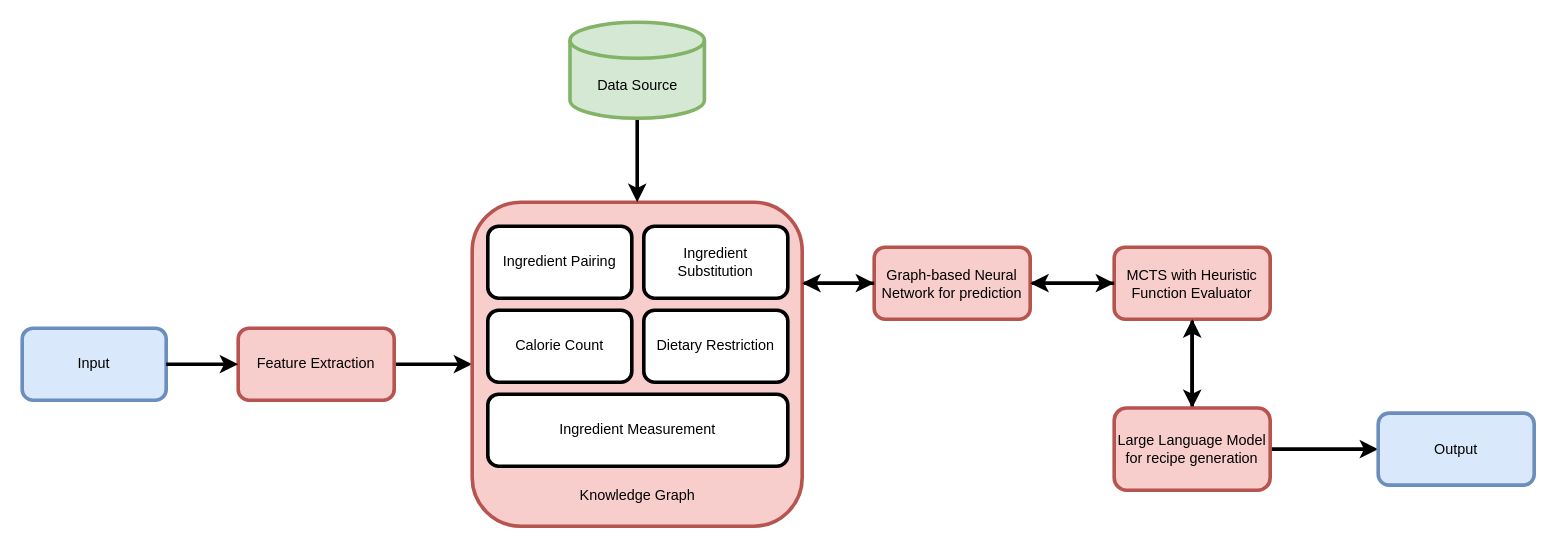
The draw.io diagram Model.drawio in MonaJea-Ng/Projects, before the edit. Source tidied: cells renumbered, new cells numbered last; positions are measured from the earlier drawing's top-left corner, leaving out a move shared by most shapes. Both pictures are drawn from the tidied source at 120%, with x=0, y=0 at pixel (22, 22).
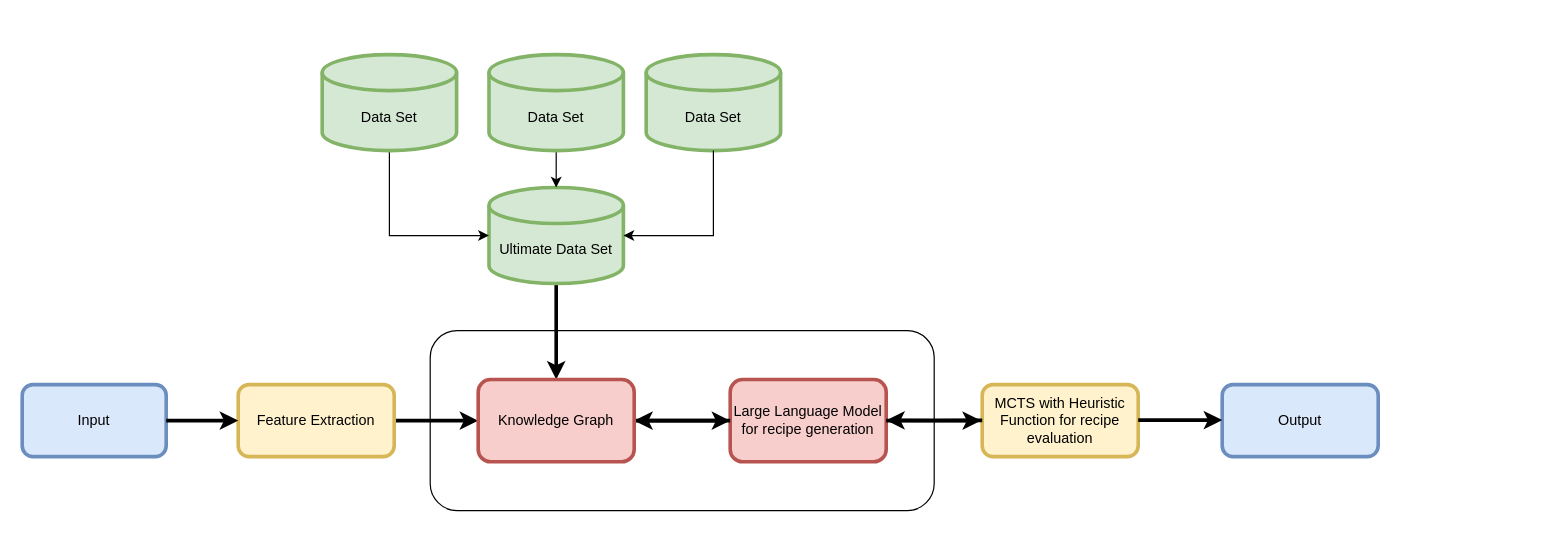
Above is the later version.

What changed in the source:
```diff
@@
+    <mxCell id="26" style="rounded=1;whiteSpace=wrap;html=1;" parent="1" vertex="1">
+      <mxGeometry x="340" y="257" width="420" height="150" as="geometry" />
+    </mxCell>
     <mxCell id="2" value="Input" style="rounded=1;whiteSpace=wrap;html=1;strokeWidth=3;fillColor=#dae8fc;strokeColor=#6c8ebf;" parent="1" vertex="1">
-      <mxGeometry y="255" width="120" height="60" as="geometry" />
+      <mxGeometry y="302" width="120" height="60" as="geometry" />
     </mxCell>
-    <mxCell id="3" style="edgeStyle=orthogonalEdgeStyle;rounded=0;jettySize=auto;html=1;exitX=1;exitY=0.5;exitDx=0;exitDy=0;entryX=0;entryY=0.5;entryDx=0;entryDy=0;strokeWidth=3;" parent="1" edge="1" source="4" target="7">
+    <mxCell id="3" style="edgeStyle=orthogonalEdgeStyle;rounded=0;jettySize=auto;html=1;exitX=1;exitY=0.5;exitDx=0;exitDy=0;entryX=0;entryY=0.5;entryDx=0;entryDy=0;strokeWidth=3;" parent="1" edge="1" source="4" target="13">
       <mxGeometry relative="1" as="geometry" />
     </mxCell>
-    <mxCell id="4" value="Feature Extraction" style="rounded=1;whiteSpace=wrap;html=1;strokeWidth=3;fillColor=#f8cecc;strokeColor=#b85450;" parent="1" vertex="1">
-      <mxGeometry x="180" y="255" width="130" height="60" as="geometry" />
+    <mxCell id="4" value="Feature Extraction" style="rounded=1;whiteSpace=wrap;html=1;strokeWidth=3;fillColor=#fff2cc;strokeColor=#d6b656;" parent="1" vertex="1">
+      <mxGeometry x="180" y="302" width="130" height="60" as="geometry" />
     </mxCell>
@@
-    <mxCell id="6" style="edgeStyle=orthogonalEdgeStyle;rounded=0;jettySize=auto;html=1;exitX=1;exitY=0.25;exitDx=0;exitDy=0;strokeWidth=3;" parent="1" edge="1" source="7" target="23">
+    <mxCell id="6" style="edgeStyle=orthogonalEdgeStyle;rounded=0;jettySize=auto;html=1;exitX=1;exitY=0.5;exitDx=0;exitDy=0;strokeWidth=3;entryX=0;entryY=0.5;entryDx=0;entryDy=0;" parent="1" edge="1" source="13" target="20">
       <mxGeometry relative="1" as="geometry" />
     </mxCell>
-    <mxCell id="7" style="rounded=1;whiteSpace=wrap;html=1;strokeWidth=3;fillColor=#f8cecc;strokeColor=#b85450;" parent="1" vertex="1">
-      <mxGeometry x="375" y="150" width="275" height="270" as="geometry" />
-    </mxCell>
-    <mxCell id="8" value="Ingredient Pairing" style="rounded=1;whiteSpace=wrap;html=1;strokeWidth=3;" parent="1" vertex="1">
-      <mxGeometry x="388" y="170" width="120" height="60" as="geometry" />
-    </mxCell>
-    <mxCell id="9" value="Ingredient Substitution" style="rounded=1;whiteSpace=wrap;html=1;strokeWidth=3;" parent="1" vertex="1">
-      <mxGeometry x="518" y="170" width="120" height="60" as="geometry" />
-    </mxCell>
-    <mxCell id="10" value="Dietary Restriction" style="rounded=1;whiteSpace=wrap;html=1;strokeWidth=3;" parent="1" vertex="1">
-      <mxGeometry x="518" y="240" width="120" height="60" as="geometry" />
-    </mxCell>
-    <mxCell id="11" value="Calorie Count" style="rounded=1;whiteSpace=wrap;html=1;strokeWidth=3;" parent="1" vertex="1">
-      <mxGeometry x="388" y="240" width="120" height="60" as="geometry" />
-    </mxCell>
-    <mxCell id="12" value="Ingredient Measurement" style="rounded=1;whiteSpace=wrap;html=1;strokeWidth=3;" parent="1" vertex="1">
-      <mxGeometry x="388" y="310" width="250" height="60" as="geometry" />
-    </mxCell>
-    <mxCell id="13" value="Knowledge Graph" style="text;html=1;align=center;verticalAlign=middle;whiteSpace=wrap;rounded=0;strokeWidth=3;" parent="1" vertex="1">
-      <mxGeometry x="432.5" y="380" width="160" height="30" as="geometry" />
-    </mxCell>
-    <mxCell id="14" style="edgeStyle=orthogonalEdgeStyle;rounded=0;jettySize=auto;html=1;exitX=0.5;exitY=1;exitDx=0;exitDy=0;exitPerimeter=0;entryX=0.5;entryY=0;entryDx=0;entryDy=0;strokeWidth=3;" parent="1" edge="1" source="15" target="7">
-      <mxGeometry relative="1" as="geometry" />
+    <mxCell id="14" style="edgeStyle=orthogonalEdgeStyle;rounded=0;jettySize=auto;html=1;exitX=0.5;exitY=1;exitDx=0;exitDy=0;exitPerimeter=0;entryX=0.5;entryY=0;entryDx=0;entryDy=0;strokeWidth=3;" parent="1" edge="1" source="15">
+      <mxGeometry relative="1" as="geometry">
+        <mxPoint x="445" y="297.8" as="targetPoint" />
+      </mxGeometry>
     </mxCell>
-    <mxCell id="15" value="Data Source" style="shape=cylinder3;whiteSpace=wrap;html=1;boundedLbl=1;backgroundOutline=1;size=15;strokeWidth=3;fillColor=#d5e8d4;strokeColor=#82b366;" parent="1" vertex="1">
-      <mxGeometry x="456.5" width="112" height="80" as="geometry" />
+    <mxCell id="15" value="Ultimate Data Set" style="shape=cylinder3;whiteSpace=wrap;html=1;boundedLbl=1;backgroundOutline=1;size=15;strokeWidth=3;fillColor=#d5e8d4;strokeColor=#82b366;" parent="1" vertex="1">
+      <mxGeometry x="389" y="137.8" width="112" height="80" as="geometry" />
     </mxCell>
-    <mxCell id="16" style="edgeStyle=orthogonalEdgeStyle;rounded=0;jettySize=auto;html=1;exitX=0.5;exitY=1;exitDx=0;exitDy=0;entryX=0.5;entryY=0;entryDx=0;entryDy=0;strokeWidth=3;" parent="1" edge="1" source="17" target="20">
-      <mxGeometry relative="1" as="geometry" />
-    </mxCell>
-    <mxCell id="17" value="MCTS with Heuristic Function Evaluator" style="rounded=1;whiteSpace=wrap;html=1;strokeWidth=3;fillColor=#f8cecc;strokeColor=#b85450;" parent="1" vertex="1">
-      <mxGeometry x="910" y="187.5" width="130" height="60" as="geometry" />
+    <mxCell id="17" value="MCTS with Heuristic Function for recipe evaluation" style="rounded=1;whiteSpace=wrap;html=1;strokeWidth=3;fillColor=#fff2cc;strokeColor=#d6b656;" parent="1" vertex="1">
+      <mxGeometry x="800" y="302" width="130" height="60" as="geometry" />
     </mxCell>
-    <mxCell id="18" style="edgeStyle=orthogonalEdgeStyle;rounded=0;jettySize=auto;html=1;exitX=0.5;exitY=0;exitDx=0;exitDy=0;entryX=0.5;entryY=1;entryDx=0;entryDy=0;strokeWidth=3;" parent="1" edge="1" source="20" target="17">
-      <mxGeometry relative="1" as="geometry" />
-    </mxCell>
-    <mxCell id="19" style="edgeStyle=orthogonalEdgeStyle;rounded=0;jettySize=auto;html=1;exitX=1;exitY=0.5;exitDx=0;exitDy=0;entryX=0;entryY=0.5;entryDx=0;entryDy=0;strokeWidth=3;" parent="1" edge="1" source="20" target="21">
-      <mxGeometry relative="1" as="geometry" />
-    </mxCell>
     <mxCell id="20" value="Large Language Model for recipe generation" style="rounded=1;whiteSpace=wrap;html=1;strokeWidth=3;fillColor=#f8cecc;strokeColor=#b85450;" parent="1" vertex="1">
-      <mxGeometry x="910" y="321.5" width="130" height="68.5" as="geometry" />
+      <mxGeometry x="590" y="297.8" width="130" height="68.5" as="geometry" />
     </mxCell>
     <mxCell id="21" value="Output" style="rounded=1;whiteSpace=wrap;html=1;strokeWidth=3;fillColor=#dae8fc;strokeColor=#6c8ebf;" parent="1" vertex="1">
-      <mxGeometry x="1130" y="325.8" width="130" height="60" as="geometry" />
+      <mxGeometry x="1000" y="302" width="130" height="60" as="geometry" />
     </mxCell>
-    <mxCell id="22" style="edgeStyle=orthogonalEdgeStyle;rounded=0;jettySize=auto;html=1;exitX=1;exitY=0.5;exitDx=0;exitDy=0;entryX=0;entryY=0.5;entryDx=0;entryDy=0;strokeWidth=3;" parent="1" edge="1" source="23" target="17">
-      <mxGeometry relative="1" as="geometry" />
-    </mxCell>
-    <mxCell id="23" value="Graph-based Neural Network for prediction" style="rounded=1;whiteSpace=wrap;html=1;strokeWidth=3;fillColor=#f8cecc;strokeColor=#b85450;" parent="1" vertex="1">
-      <mxGeometry x="710" y="187.5" width="130" height="60" as="geometry" />
-    </mxCell>
-    <mxCell id="24" style="edgeStyle=orthogonalEdgeStyle;rounded=0;jettySize=auto;html=1;exitX=0;exitY=0.5;exitDx=0;exitDy=0;entryX=1;entryY=0.5;entryDx=0;entryDy=0;strokeWidth=3;" parent="1" edge="1" source="17" target="23">
-      <mxGeometry relative="1" as="geometry" />
-    </mxCell>
-    <mxCell id="25" style="edgeStyle=orthogonalEdgeStyle;rounded=0;jettySize=auto;html=1;exitX=0;exitY=0.5;exitDx=0;exitDy=0;strokeWidth=3;entryX=1;entryY=0.25;entryDx=0;entryDy=0;" parent="1" edge="1" source="23" target="7">
+    <mxCell id="25" style="edgeStyle=orthogonalEdgeStyle;rounded=0;jettySize=auto;html=1;exitX=0;exitY=0.5;exitDx=0;exitDy=0;strokeWidth=3;entryX=1;entryY=0.5;entryDx=0;entryDy=0;" parent="1" edge="1" source="20" target="13">
       <mxGeometry relative="1" as="geometry" />
     </mxCell>
+    <mxCell id="13" value="Knowledge Graph" style="rounded=1;whiteSpace=wrap;html=1;strokeWidth=3;fillColor=#f8cecc;strokeColor=#b85450;" parent="1" vertex="1">
+      <mxGeometry x="380" y="297.8" width="130" height="68.5" as="geometry" />
+    </mxCell>
+    <mxCell id="27" style="edgeStyle=orthogonalEdgeStyle;rounded=0;jettySize=auto;html=1;exitX=0.5;exitY=1;exitDx=0;exitDy=0;exitPerimeter=0;entryX=0;entryY=0.5;entryDx=0;entryDy=0;entryPerimeter=0;" parent="1" edge="1" source="28" target="15">
+      <mxGeometry relative="1" as="geometry" />
+    </mxCell>
+    <mxCell id="28" value="Data Set" style="shape=cylinder3;whiteSpace=wrap;html=1;boundedLbl=1;backgroundOutline=1;size=15;strokeWidth=3;fillColor=#d5e8d4;strokeColor=#82b366;" parent="1" vertex="1">
+      <mxGeometry x="250" y="27" width="112" height="80" as="geometry" />
+    </mxCell>
+    <mxCell id="29" style="edgeStyle=orthogonalEdgeStyle;rounded=0;jettySize=auto;html=1;exitX=0.5;exitY=1;exitDx=0;exitDy=0;exitPerimeter=0;" parent="1" edge="1" source="30" target="15">
+      <mxGeometry relative="1" as="geometry" />
+    </mxCell>
+    <mxCell id="30" value="Data Set" style="shape=cylinder3;whiteSpace=wrap;html=1;boundedLbl=1;backgroundOutline=1;size=15;strokeWidth=3;fillColor=#d5e8d4;strokeColor=#82b366;" parent="1" vertex="1">
+      <mxGeometry x="389" y="27" width="112" height="80" as="geometry" />
+    </mxCell>
+    <mxCell id="31" value="Data Set" style="shape=cylinder3;whiteSpace=wrap;html=1;boundedLbl=1;backgroundOutline=1;size=15;strokeWidth=3;fillColor=#d5e8d4;strokeColor=#82b366;" parent="1" vertex="1">
+      <mxGeometry x="520" y="27" width="112" height="80" as="geometry" />
+    </mxCell>
+    <mxCell id="32" style="edgeStyle=orthogonalEdgeStyle;rounded=0;jettySize=auto;html=1;exitX=0.5;exitY=1;exitDx=0;exitDy=0;exitPerimeter=0;entryX=1;entryY=0.5;entryDx=0;entryDy=0;entryPerimeter=0;" parent="1" edge="1" source="31" target="15">
+      <mxGeometry relative="1" as="geometry" />
+    </mxCell>
+    <mxCell id="33" style="edgeStyle=orthogonalEdgeStyle;rounded=0;orthogonalLoop=1;jettySize=auto;html=1;exitX=0;exitY=0.5;exitDx=0;exitDy=0;strokeWidth=3;entryX=1;entryY=0.5;entryDx=0;entryDy=0;" parent="1" edge="1">
+      <mxGeometry relative="1" as="geometry">
+        <mxPoint x="800" y="331.8" as="sourcePoint" />
+        <mxPoint x="720" y="331.8" as="targetPoint" />
+      </mxGeometry>
+    </mxCell>
+    <mxCell id="34" style="edgeStyle=orthogonalEdgeStyle;rounded=0;jettySize=auto;html=1;exitX=1;exitY=0.5;exitDx=0;exitDy=0;strokeWidth=3;" parent="1" edge="1" source="20">
+      <mxGeometry relative="1" as="geometry">
+        <mxPoint x="799" y="332" as="targetPoint" />
+      </mxGeometry>
+    </mxCell>
+    <mxCell id="35" style="edgeStyle=orthogonalEdgeStyle;rounded=0;orthogonalLoop=1;jettySize=auto;html=1;exitX=1;exitY=0.5;exitDx=0;exitDy=0;entryX=0;entryY=0.5;entryDx=0;entryDy=0;strokeWidth=3;" parent="1" edge="1">
+      <mxGeometry relative="1" as="geometry">
+        <mxPoint x="930" y="331.6" as="sourcePoint" />
+        <mxPoint x="1000" y="331.6" as="targetPoint" />
+      </mxGeometry>
+    </mxCell>
```
